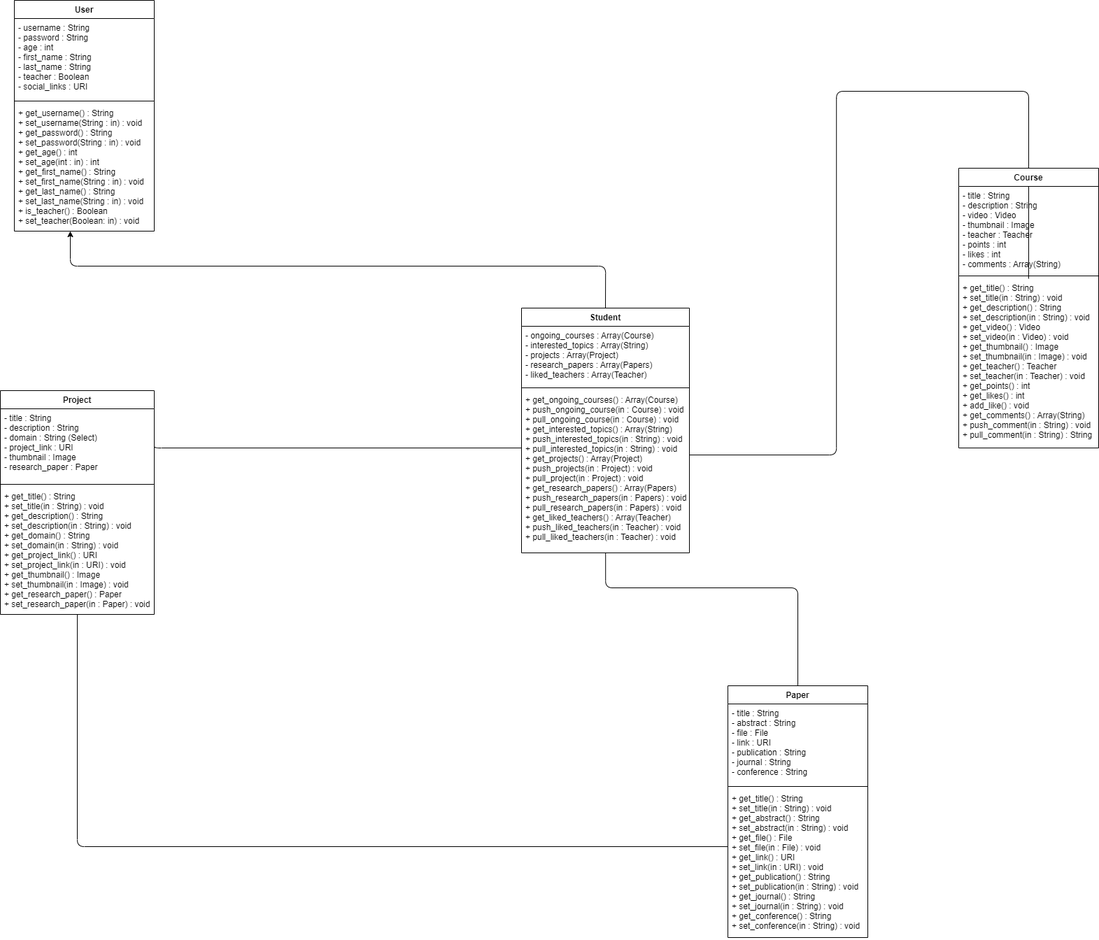
The draw.io diagram UML Diagrams/student/class_diagram.dio.png in Mitrajeet-Golsangi/incredible-engineering, before a commit. Source tidied: cells renumbered, new cells last; positions are measured from the earlier drawing's top-left corner, leaving out a move shared by most shapes. Source of this version:
```xml
<mxGraphModel>
  <root>
    <mxCell id="0" />
    <mxCell id="1" parent="0" />
    <mxCell id="2" style="edgeStyle=orthogonalEdgeStyle;html=1;exitX=0.4;exitY=1;exitDx=0;exitDy=0;exitPerimeter=0;startArrow=classic;startFill=1;endArrow=none;endFill=0;entryX=0.5;entryY=0;entryDx=0;entryDy=0;" parent="1" edge="1" source="6" target="7">
      <mxGeometry relative="1" as="geometry">
        <Array as="points">
          <mxPoint x="100" y="380" />
          <mxPoint x="865" y="380" />
        </Array>
      </mxGeometry>
    </mxCell>
    <mxCell id="3" value="User" style="swimlane;fontStyle=1;align=center;verticalAlign=top;horizontal=1;startSize=26;" parent="1" vertex="1">
      <mxGeometry x="20" width="200" height="330" as="geometry" />
    </mxCell>
    <mxCell id="4" value="- username : String&#10;- password : String&#10;- age : int&#10;- first_name : String&#10;- last_name : String&#10;- teacher : Boolean&#10;- social_links : URI" style="text;strokeColor=none;fillColor=none;align=left;verticalAlign=top;spacingLeft=4;spacingRight=4;overflow=hidden;" parent="3" vertex="1">
      <mxGeometry y="26" width="200" height="114" as="geometry" />
    </mxCell>
    <mxCell id="5" style="line;strokeWidth=1;fillColor=none;align=left;verticalAlign=middle;spacingTop=-1;spacingLeft=3;spacingRight=3;labelPosition=right;" parent="3" vertex="1">
      <mxGeometry y="140" width="200" height="8" as="geometry" />
    </mxCell>
    <mxCell id="6" value="+ get_username() : String&#10;+ set_username(String : in) : void&#10;+ get_password() : String&#10;+ set_password(String : in) : void&#10;+ get_age() : int&#10;+ set_age(int : in) : int&#10;+ get_first_name() : String&#10;+ set_first_name(String : in) : void&#10;+ get_last_name() : String&#10;+ set_last_name(String : in) : void&#10;+ is_teacher() : Boolean&#10;+ set_teacher(Boolean: in) : void" style="text;strokeColor=none;fillColor=none;align=left;verticalAlign=top;spacingLeft=4;spacingRight=4;overflow=hidden;points=[[0,0.5],[1,0.5]];portConstraint=eastwest;" parent="3" vertex="1">
      <mxGeometry y="148" width="200" height="182" as="geometry" />
    </mxCell>
    <mxCell id="7" value="Student" style="swimlane;fontStyle=1;align=center;verticalAlign=top;horizontal=1;startSize=26;" parent="1" vertex="1">
      <mxGeometry x="745" y="440" width="240" height="350" as="geometry" />
    </mxCell>
    <mxCell id="8" value="- ongoing_courses : Array(Course)&#10;- interested_topics : Array(String)&#10;- projects : Array(Project)&#10;- research_papers : Array(Papers)&#10;- liked_teachers : Array(Teacher)" style="text;strokeColor=none;fillColor=none;align=left;verticalAlign=top;spacingLeft=4;spacingRight=4;overflow=hidden;" parent="7" vertex="1">
      <mxGeometry y="26" width="240" height="84" as="geometry" />
    </mxCell>
    <mxCell id="9" style="line;strokeWidth=1;fillColor=none;align=left;verticalAlign=middle;spacingTop=-1;spacingLeft=3;spacingRight=3;labelPosition=right;" parent="7" vertex="1">
      <mxGeometry y="110" width="240" height="8" as="geometry" />
    </mxCell>
    <mxCell id="10" value="+ get_ongoing_courses() : Array(Course)&#10;+ push_ongoing_course(in : Course) : void&#10;+ pull_ongoing_course(in : Course) : void&#10;+ get_interested_topics() : Array(String)&#10;+ push_interested_topics(in : String) : void&#10;+ pull_interested_topics(in : String) : void&#10;+ get_projects() : Array(Project)&#10;+ push_projects(in : Project) : void&#10;+ pull_project(in : Project) : void&#10;+ get_research_papers() : Array(Papers)&#10;+ push_research_papers(in : Papers) : void&#10;+ pull_research_papers(in : Papers) : void&#10;+ get_liked_teachers() : Array(Teacher)&#10;+ push_liked_teachers(in : Teacher) : void&#10;+ pull_liked_teachers(in : Teacher) : void" style="text;strokeColor=none;fillColor=none;align=left;verticalAlign=top;spacingLeft=4;spacingRight=4;overflow=hidden;points=[[0,0.5],[1,0.5]];portConstraint=eastwest;" parent="7" vertex="1">
      <mxGeometry y="118" width="240" height="232" as="geometry" />
    </mxCell>
    <mxCell id="11" style="edgeStyle=orthogonalEdgeStyle;html=1;startArrow=none;startFill=0;endArrow=none;endFill=0;" parent="1" edge="1" source="15" target="10">
      <mxGeometry relative="1" as="geometry">
        <Array as="points">
          <mxPoint x="1195" y="130" />
          <mxPoint x="1195" y="650" />
        </Array>
      </mxGeometry>
    </mxCell>
    <mxCell id="12" value="Course" style="swimlane;fontStyle=1;align=center;verticalAlign=top;horizontal=1;startSize=26;" parent="1" vertex="1">
      <mxGeometry x="1370" y="240" width="200" height="400" as="geometry" />
    </mxCell>
    <mxCell id="13" value="- title : String&#10;- description : String&#10;- video : Video&#10;- thumbnail : Image&#10;- teacher : Teacher&#10;- points : int&#10;- likes : int&#10;- comments : Array(String)" style="text;strokeColor=none;fillColor=none;align=left;verticalAlign=top;spacingLeft=4;spacingRight=4;overflow=hidden;" parent="12" vertex="1">
      <mxGeometry y="26" width="200" height="124" as="geometry" />
    </mxCell>
    <mxCell id="14" style="line;strokeWidth=1;fillColor=none;align=left;verticalAlign=middle;spacingTop=-1;spacingLeft=3;spacingRight=3;labelPosition=right;" parent="12" vertex="1">
      <mxGeometry y="150" width="200" height="8" as="geometry" />
    </mxCell>
    <mxCell id="15" value="+ get_title() : String&#10;+ set_title(in : String) : void&#10;+ get_description() : String&#10;+ set_description(in : String) : void&#10;+ get_video() : Video&#10;+ set_video(in : Video) : void&#10;+ get_thumbnail() : Image&#10;+ set_thumbnail(in : Image) : void&#10;+ get_teacher() : Teacher&#10;+ set_teacher(in : Teacher) : void&#10;+ get_points() : int&#10;+ get_likes() : int&#10;+ add_like() : void&#10;+ get_comments() : Array(String)&#10;+ push_comment(in : String) : void&#10;+ pull_comment(in : String) : String" style="text;strokeColor=none;fillColor=none;align=left;verticalAlign=top;spacingLeft=4;spacingRight=4;overflow=hidden;points=[[0,0.5],[1,0.5]];portConstraint=eastwest;" parent="12" vertex="1">
      <mxGeometry y="158" width="200" height="242" as="geometry" />
    </mxCell>
    <mxCell id="16" style="edgeStyle=orthogonalEdgeStyle;html=1;exitX=1;exitY=0.5;exitDx=0;exitDy=0;startArrow=none;startFill=0;endArrow=none;endFill=0;" parent="1" edge="1" source="18" target="10">
      <mxGeometry relative="1" as="geometry">
        <Array as="points">
          <mxPoint x="220" y="640" />
        </Array>
      </mxGeometry>
    </mxCell>
    <mxCell id="17" value="Project" style="swimlane;fontStyle=1;align=center;verticalAlign=top;horizontal=1;startSize=26;" parent="1" vertex="1">
      <mxGeometry y="558" width="220" height="320" as="geometry" />
    </mxCell>
    <mxCell id="18" value="- title : String&#10;- description : String&#10;- domain : String (Select)&#10;- project_link : URI&#10;- thumbnail : Image&#10;- research_paper : Paper&#10;" style="text;strokeColor=none;fillColor=none;align=left;verticalAlign=top;spacingLeft=4;spacingRight=4;overflow=hidden;points=[[0,0.5],[1,0.5]];portConstraint=eastwest;" parent="17" vertex="1">
      <mxGeometry y="26" width="220" height="104" as="geometry" />
    </mxCell>
    <mxCell id="19" style="line;strokeWidth=1;fillColor=none;align=left;verticalAlign=middle;spacingTop=-1;spacingLeft=3;spacingRight=3;labelPosition=right;" parent="17" vertex="1">
      <mxGeometry y="130" width="220" height="8" as="geometry" />
    </mxCell>
    <mxCell id="20" value="+ get_title() : String&#10;+ set_title(in : String) : void&#10;+ get_description() : String&#10;+ set_description(in : String) : void&#10;+ get_domain() : String&#10;+ set_domain(in : String) : void&#10;+ get_project_link() : URI&#10;+ set_project_link(in : URI) : void&#10;+ get_thumbnail() : Image&#10;+ set_thumbnail(in : Image) : void&#10;+ get_research_paper() : Paper&#10;+ set_research_paper(in : Paper) : void" style="text;strokeColor=none;fillColor=none;align=left;verticalAlign=top;spacingLeft=4;spacingRight=4;overflow=hidden;points=[[0,0.5],[1,0.5]];portConstraint=eastwest;" parent="17" vertex="1">
      <mxGeometry y="138" width="220" height="182" as="geometry" />
    </mxCell>
    <mxCell id="21" style="edgeStyle=orthogonalEdgeStyle;html=1;exitX=0.5;exitY=0;exitDx=0;exitDy=0;startArrow=none;startFill=0;endArrow=none;endFill=0;" parent="1" edge="1" source="22" target="10">
      <mxGeometry relative="1" as="geometry">
        <Array as="points">
          <mxPoint x="1140" y="840" />
          <mxPoint x="865" y="840" />
        </Array>
      </mxGeometry>
    </mxCell>
    <mxCell id="22" value="Paper" style="swimlane;fontStyle=1;align=center;verticalAlign=top;horizontal=1;startSize=26;" parent="1" vertex="1">
      <mxGeometry x="1040" y="980" width="200" height="360" as="geometry" />
    </mxCell>
    <mxCell id="23" value="- title : String&#10;- abstract : String&#10;- file : File&#10;- link : URI&#10;- publication : String&#10;- journal : String&#10;- conference : String" style="text;strokeColor=none;fillColor=none;align=left;verticalAlign=top;spacingLeft=4;spacingRight=4;overflow=hidden;" parent="22" vertex="1">
      <mxGeometry y="26" width="200" height="114" as="geometry" />
    </mxCell>
    <mxCell id="24" style="line;strokeWidth=1;fillColor=none;align=left;verticalAlign=middle;spacingTop=-1;spacingLeft=3;spacingRight=3;labelPosition=right;" parent="22" vertex="1">
      <mxGeometry y="140" width="200" height="8" as="geometry" />
    </mxCell>
    <mxCell id="25" value="+ get_title() : String&#10;+ set_title(in : String) : void&#10;+ get_abstract() : String&#10;+ set_abstract(in : String) : void&#10;+ get_file() : File&#10;+ set_file(in : File) : void&#10;+ get_link() : URI&#10;+ set_link(in : URI) : void&#10;+ get_publication() : String&#10;+ set_publication(in : String) : void&#10;+ get_journal() : String&#10;+ set_journal(in : String) : void&#10;+ get_conference() : String&#10;+ set_conference(in : String) : void" style="text;strokeColor=none;fillColor=none;align=left;verticalAlign=top;spacingLeft=4;spacingRight=4;overflow=hidden;points=[[0,0.5],[1,0.5]];portConstraint=eastwest;" parent="22" vertex="1">
      <mxGeometry y="148" width="200" height="212" as="geometry" />
    </mxCell>
    <mxCell id="26" style="edgeStyle=orthogonalEdgeStyle;html=1;startArrow=none;startFill=0;endArrow=none;endFill=0;" parent="1" edge="1" source="25" target="20">
      <mxGeometry relative="1" as="geometry">
        <Array as="points">
          <mxPoint x="110" y="1210" />
        </Array>
      </mxGeometry>
    </mxCell>
  </root>
</mxGraphModel>
```
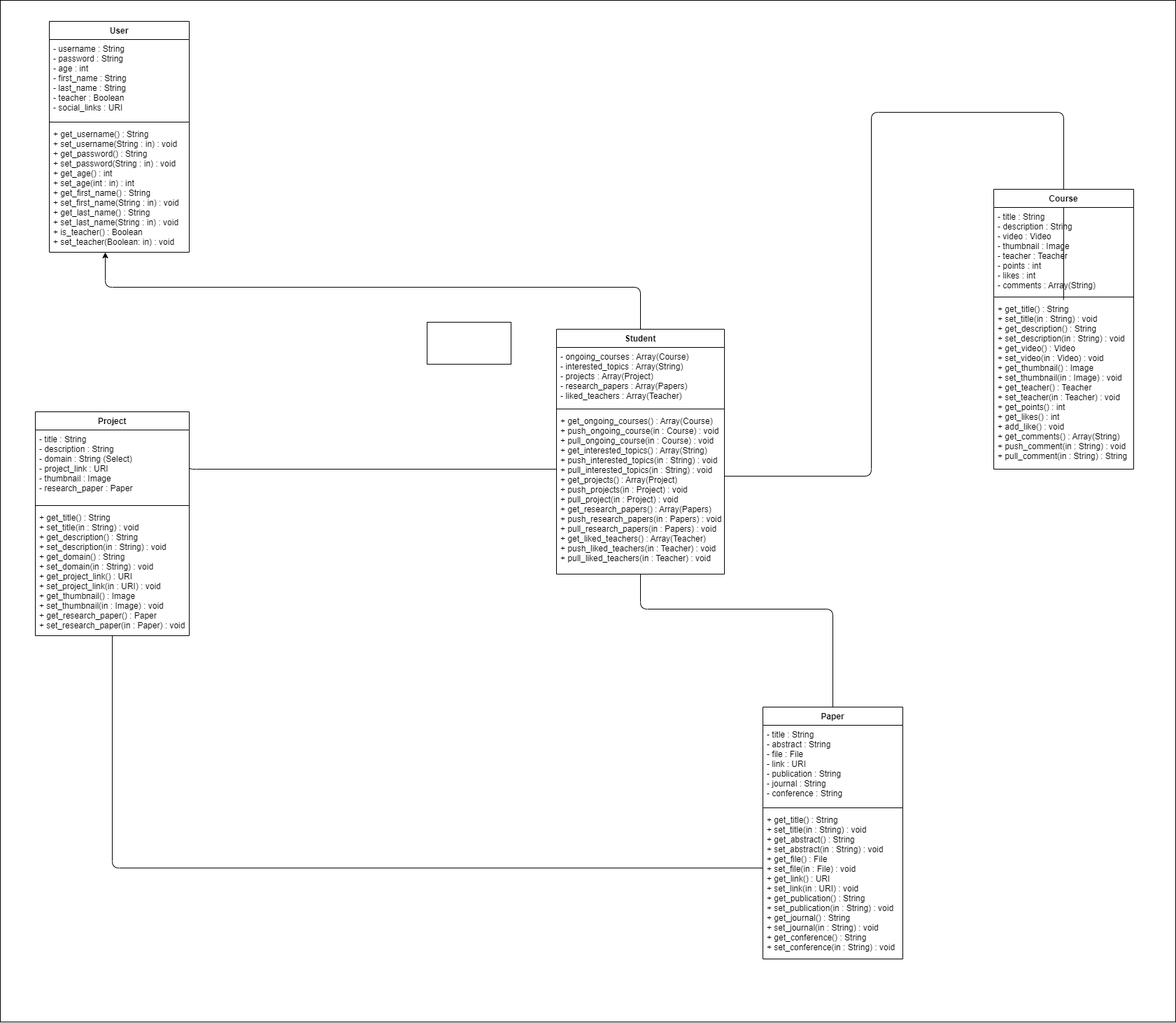
After the change.

Commit message:
bg to student class diagram

Change to the diagram source:
```diff
@@ -2,6 +2,9 @@
   <root>
     <mxCell id="0" />
     <mxCell id="1" parent="0" />
+    <mxCell id="27" style="rounded=0;whiteSpace=wrap;html=1;fillColor=#ffff;" parent="1" vertex="1">
+      <mxGeometry x="-50" y="-30" width="1680" height="1460" as="geometry" />
+    </mxCell>
     <mxCell id="2" style="edgeStyle=orthogonalEdgeStyle;html=1;exitX=0.4;exitY=1;exitDx=0;exitDy=0;exitPerimeter=0;startArrow=classic;startFill=1;endArrow=none;endFill=0;entryX=0.5;entryY=0;entryDx=0;entryDy=0;" parent="1" edge="1" source="6" target="7">
       <mxGeometry relative="1" as="geometry">
         <Array as="points">
@@ -100,5 +103,8 @@
         </Array>
       </mxGeometry>
     </mxCell>
+    <mxCell id="28" style="rounded=0;whiteSpace=wrap;html=1;" parent="1" vertex="1">
+      <mxGeometry x="560" y="430" width="120" height="60" as="geometry" />
+    </mxCell>
   </root>
 </mxGraphModel>
```
